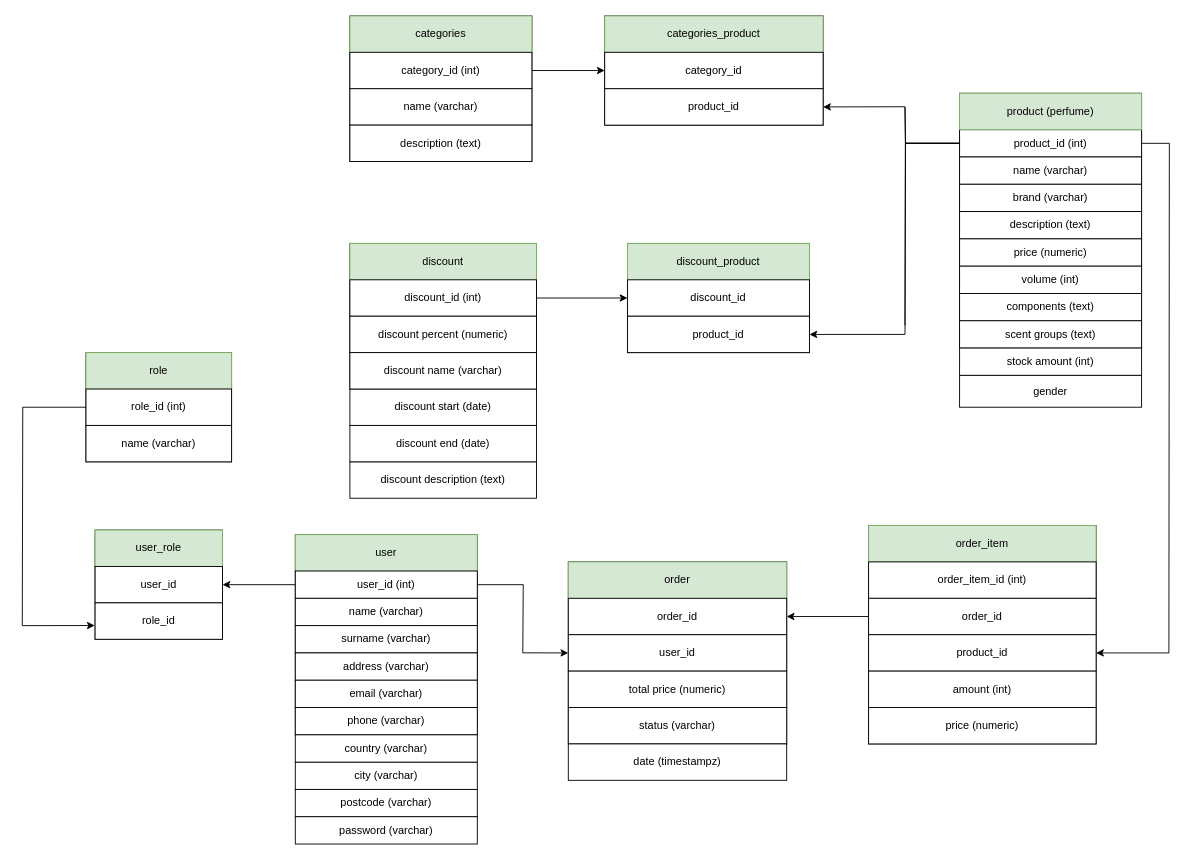
This is backend/db_scheme.drawio from ekaterinapetukhova/online-perfume-shopping, a draw.io file, before an edit. Source tidied: cells renumbered, new cells numbered last; positions are measured from the earlier drawing's top-left corner, leaving out a move shared by most shapes. Both pictures are drawn from the tidied source at 91%, with x=0, y=0 at pixel (22, 15).
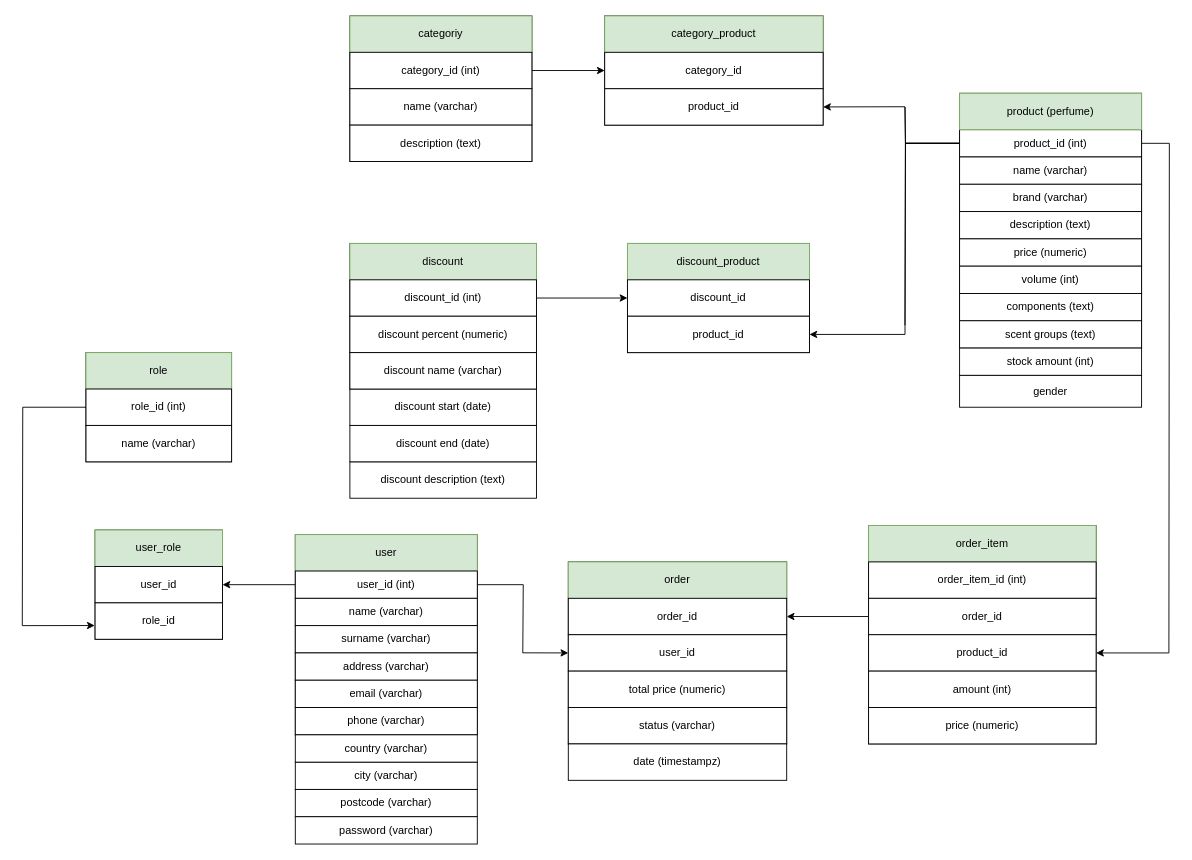
Above is the later version.

Commit message (it also covers changes not shown here):
feat: add category entity, controller, repository, service

Change to the diagram source:
```diff
@@
-    <mxCell id="30" value="categories" style="rounded=0;whiteSpace=wrap;html=1;fillColor=#d5e8d4;strokeColor=#82b366;" parent="1" vertex="1">
+    <mxCell id="30" value="categoriy" style="rounded=0;whiteSpace=wrap;html=1;fillColor=#d5e8d4;strokeColor=#82b366;" parent="1" vertex="1">
       <mxGeometry x="360" width="200" height="40" as="geometry" />
     </mxCell>
@@
-    <mxCell id="36" value="categories_product" style="rounded=0;whiteSpace=wrap;html=1;fillColor=#d5e8d4;strokeColor=#82b366;" parent="1" vertex="1">
+    <mxCell id="36" value="category_product" style="rounded=0;whiteSpace=wrap;html=1;fillColor=#d5e8d4;strokeColor=#82b366;" parent="1" vertex="1">
       <mxGeometry x="640" width="240" height="40" as="geometry" />
     </mxCell>
```
